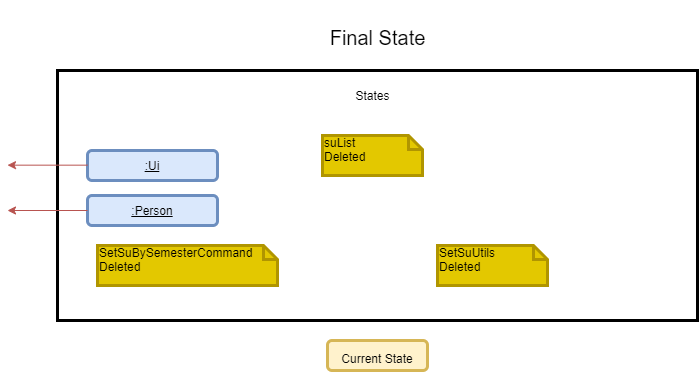
The draw.io diagram docs/images/DeveloperGuide/setSuBySemesterCommand_finalState.png in vanessa-kang/tp, before a commit. Source tidied: cells renumbered, new cells last; positions are measured from the earlier drawing's top-left corner, leaving out a move shared by most shapes. Its diagram source:
```xml
<mxGraphModel>
  <root>
    <mxCell id="0" />
    <mxCell id="1" parent="0" />
    <mxCell id="2" style="rounded=0;whiteSpace=wrap;html=1;strokeWidth=3;" parent="1" vertex="1">
      <mxGeometry x="50" y="70" width="640" height="250" as="geometry" />
    </mxCell>
    <mxCell id="3" value="&lt;font style=&quot;font-size: 20px&quot;&gt;Final State&lt;/font&gt;" style="text;html=1;align=center;verticalAlign=middle;fontSize=40;" parent="1" vertex="1">
      <mxGeometry x="315" width="110" height="60" as="geometry" />
    </mxCell>
    <mxCell id="4" value="States" style="text;html=1;align=center;verticalAlign=middle;fontSize=12;" parent="1" vertex="1">
      <mxGeometry x="340" y="85" width="50" height="20" as="geometry" />
    </mxCell>
    <mxCell id="5" value="&lt;font style=&quot;font-size: 12px&quot;&gt;Current State&lt;/font&gt;" style="rounded=1;whiteSpace=wrap;html=1;strokeWidth=3;fontSize=20;fillColor=#fff2cc;strokeColor=#d6b656;" parent="1" vertex="1">
      <mxGeometry x="320" y="340" width="100" height="30" as="geometry" />
    </mxCell>
    <mxCell id="6" value="&lt;u&gt;:Ui&lt;/u&gt;" style="rounded=1;whiteSpace=wrap;html=1;strokeWidth=3;fontSize=12;fillColor=#dae8fc;strokeColor=#6c8ebf;" parent="1" vertex="1">
      <mxGeometry x="80" y="150" width="130" height="30" as="geometry" />
    </mxCell>
    <mxCell id="7" value="&lt;font color=&quot;#000000&quot;&gt;suList&lt;br&gt;Deleted&lt;/font&gt;" style="shape=note;whiteSpace=wrap;html=1;size=14;verticalAlign=top;align=left;spacingTop=-6;strokeWidth=3;fontSize=12;fillColor=#e3c800;strokeColor=#B09500;fontColor=#ffffff;" parent="1" vertex="1">
      <mxGeometry x="315" y="135" width="100" height="40" as="geometry" />
    </mxCell>
    <mxCell id="8" value="&lt;font color=&quot;#000000&quot;&gt;SetSuUtils &lt;br&gt;Deleted&lt;/font&gt;" style="shape=note;whiteSpace=wrap;html=1;size=14;verticalAlign=top;align=left;spacingTop=-6;strokeWidth=3;fontSize=12;fillColor=#e3c800;strokeColor=#B09500;fontColor=#ffffff;" parent="1" vertex="1">
      <mxGeometry x="430" y="245" width="110" height="40" as="geometry" />
    </mxCell>
    <mxCell id="9" value="&lt;font color=&quot;#000000&quot;&gt;SetSuBySemesterCommand Deleted&lt;/font&gt;" style="shape=note;whiteSpace=wrap;html=1;size=14;verticalAlign=top;align=left;spacingTop=-6;strokeWidth=3;fontSize=12;fillColor=#e3c800;strokeColor=#B09500;fontColor=#ffffff;" parent="1" vertex="1">
      <mxGeometry x="90" y="245" width="180" height="40" as="geometry" />
    </mxCell>
    <mxCell id="10" style="endArrow=classic;html=1;fontSize=12;fillColor=#f8cecc;strokeColor=#b85450;exitX=0;exitY=0.5;exitDx=0;exitDy=0;" parent="1" edge="1">
      <mxGeometry relative="1" as="geometry">
        <mxPoint x="80" y="164.7" as="sourcePoint" />
        <mxPoint y="164.7" as="targetPoint" />
      </mxGeometry>
    </mxCell>
    <mxCell id="11" value="&lt;u&gt;:Person&lt;/u&gt;" style="rounded=1;whiteSpace=wrap;html=1;strokeWidth=3;fontSize=12;fillColor=#dae8fc;strokeColor=#6c8ebf;" parent="1" vertex="1">
      <mxGeometry x="80" y="195" width="130" height="30" as="geometry" />
    </mxCell>
    <mxCell id="12" style="endArrow=classic;html=1;fontSize=12;fillColor=#f8cecc;strokeColor=#b85450;exitX=0;exitY=0.5;exitDx=0;exitDy=0;" parent="1" edge="1">
      <mxGeometry relative="1" as="geometry">
        <mxPoint x="80" y="210" as="sourcePoint" />
        <mxPoint y="210" as="targetPoint" />
      </mxGeometry>
    </mxCell>
  </root>
</mxGraphModel>
```
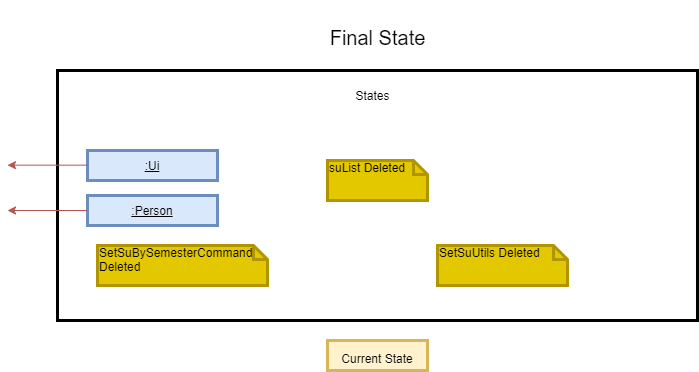
The same file after the commit.

What changed in the source:
```diff
@@ -11,20 +11,20 @@
     <mxCell id="4" value="States" style="text;html=1;align=center;verticalAlign=middle;fontSize=12;" parent="1" vertex="1">
       <mxGeometry x="340" y="85" width="50" height="20" as="geometry" />
     </mxCell>
-    <mxCell id="5" value="&lt;font style=&quot;font-size: 12px&quot;&gt;Current State&lt;/font&gt;" style="rounded=1;whiteSpace=wrap;html=1;strokeWidth=3;fontSize=20;fillColor=#fff2cc;strokeColor=#d6b656;" parent="1" vertex="1">
+    <mxCell id="5" value="&lt;font style=&quot;font-size: 12px&quot;&gt;Current State&lt;/font&gt;" style="rounded=0;whiteSpace=wrap;html=1;strokeWidth=3;fontSize=20;fillColor=#fff2cc;strokeColor=#d6b656;" parent="1" vertex="1">
       <mxGeometry x="320" y="340" width="100" height="30" as="geometry" />
     </mxCell>
-    <mxCell id="6" value="&lt;u&gt;:Ui&lt;/u&gt;" style="rounded=1;whiteSpace=wrap;html=1;strokeWidth=3;fontSize=12;fillColor=#dae8fc;strokeColor=#6c8ebf;" parent="1" vertex="1">
+    <mxCell id="6" value="&lt;u&gt;:Ui&lt;/u&gt;" style="rounded=0;whiteSpace=wrap;html=1;strokeWidth=3;fontSize=12;fillColor=#dae8fc;strokeColor=#6c8ebf;" parent="1" vertex="1">
       <mxGeometry x="80" y="150" width="130" height="30" as="geometry" />
     </mxCell>
-    <mxCell id="7" value="&lt;font color=&quot;#000000&quot;&gt;suList&lt;br&gt;Deleted&lt;/font&gt;" style="shape=note;whiteSpace=wrap;html=1;size=14;verticalAlign=top;align=left;spacingTop=-6;strokeWidth=3;fontSize=12;fillColor=#e3c800;strokeColor=#B09500;fontColor=#ffffff;" parent="1" vertex="1">
-      <mxGeometry x="315" y="135" width="100" height="40" as="geometry" />
+    <mxCell id="7" value="&lt;font color=&quot;#000000&quot;&gt;suList Deleted&lt;/font&gt;" style="shape=note;whiteSpace=wrap;html=1;size=14;verticalAlign=top;align=left;spacingTop=-6;strokeWidth=3;fontSize=12;fillColor=#e3c800;strokeColor=#B09500;fontColor=#ffffff;" parent="1" vertex="1">
+      <mxGeometry x="320" y="160" width="100" height="40" as="geometry" />
     </mxCell>
-    <mxCell id="8" value="&lt;font color=&quot;#000000&quot;&gt;SetSuUtils &lt;br&gt;Deleted&lt;/font&gt;" style="shape=note;whiteSpace=wrap;html=1;size=14;verticalAlign=top;align=left;spacingTop=-6;strokeWidth=3;fontSize=12;fillColor=#e3c800;strokeColor=#B09500;fontColor=#ffffff;" parent="1" vertex="1">
-      <mxGeometry x="430" y="245" width="110" height="40" as="geometry" />
+    <mxCell id="8" value="&lt;font color=&quot;#000000&quot;&gt;SetSuUtils Deleted&lt;/font&gt;" style="shape=note;whiteSpace=wrap;html=1;size=14;verticalAlign=top;align=left;spacingTop=-6;strokeWidth=3;fontSize=12;fillColor=#e3c800;strokeColor=#B09500;fontColor=#ffffff;" parent="1" vertex="1">
+      <mxGeometry x="430" y="245" width="130" height="40" as="geometry" />
     </mxCell>
     <mxCell id="9" value="&lt;font color=&quot;#000000&quot;&gt;SetSuBySemesterCommand Deleted&lt;/font&gt;" style="shape=note;whiteSpace=wrap;html=1;size=14;verticalAlign=top;align=left;spacingTop=-6;strokeWidth=3;fontSize=12;fillColor=#e3c800;strokeColor=#B09500;fontColor=#ffffff;" parent="1" vertex="1">
-      <mxGeometry x="90" y="245" width="180" height="40" as="geometry" />
+      <mxGeometry x="90" y="245" width="170" height="40" as="geometry" />
     </mxCell>
     <mxCell id="10" style="endArrow=classic;html=1;fontSize=12;fillColor=#f8cecc;strokeColor=#b85450;exitX=0;exitY=0.5;exitDx=0;exitDy=0;" parent="1" edge="1">
       <mxGeometry relative="1" as="geometry">
@@ -32,7 +32,7 @@
         <mxPoint y="164.7" as="targetPoint" />
       </mxGeometry>
     </mxCell>
-    <mxCell id="11" value="&lt;u&gt;:Person&lt;/u&gt;" style="rounded=1;whiteSpace=wrap;html=1;strokeWidth=3;fontSize=12;fillColor=#dae8fc;strokeColor=#6c8ebf;" parent="1" vertex="1">
+    <mxCell id="11" value="&lt;u&gt;:Person&lt;/u&gt;" style="rounded=0;whiteSpace=wrap;html=1;strokeWidth=3;fontSize=12;fillColor=#dae8fc;strokeColor=#6c8ebf;" parent="1" vertex="1">
       <mxGeometry x="80" y="195" width="130" height="30" as="geometry" />
     </mxCell>
     <mxCell id="12" style="endArrow=classic;html=1;fontSize=12;fillColor=#f8cecc;strokeColor=#b85450;exitX=0;exitY=0.5;exitDx=0;exitDy=0;" parent="1" edge="1">
```
